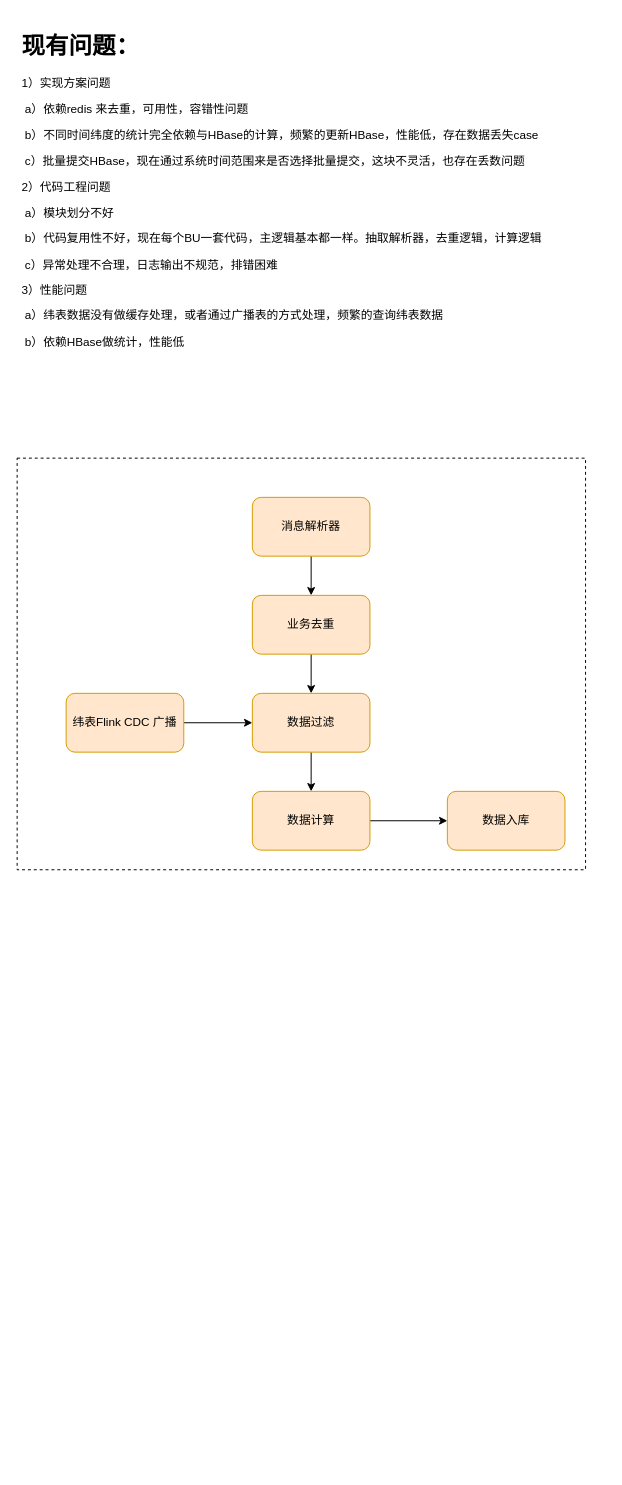
Earlier version of the draw.io diagram techlab/rts/dashboard.drawio (qiufang1314/drawio). Source tidied: cells renumbered, new cells numbered last; positions are measured from the earlier drawing's top-left corner, leaving out a move shared by most shapes. Both pictures are drawn from the tidied source at 98%, with x=0, y=0 at pixel (17, 26).
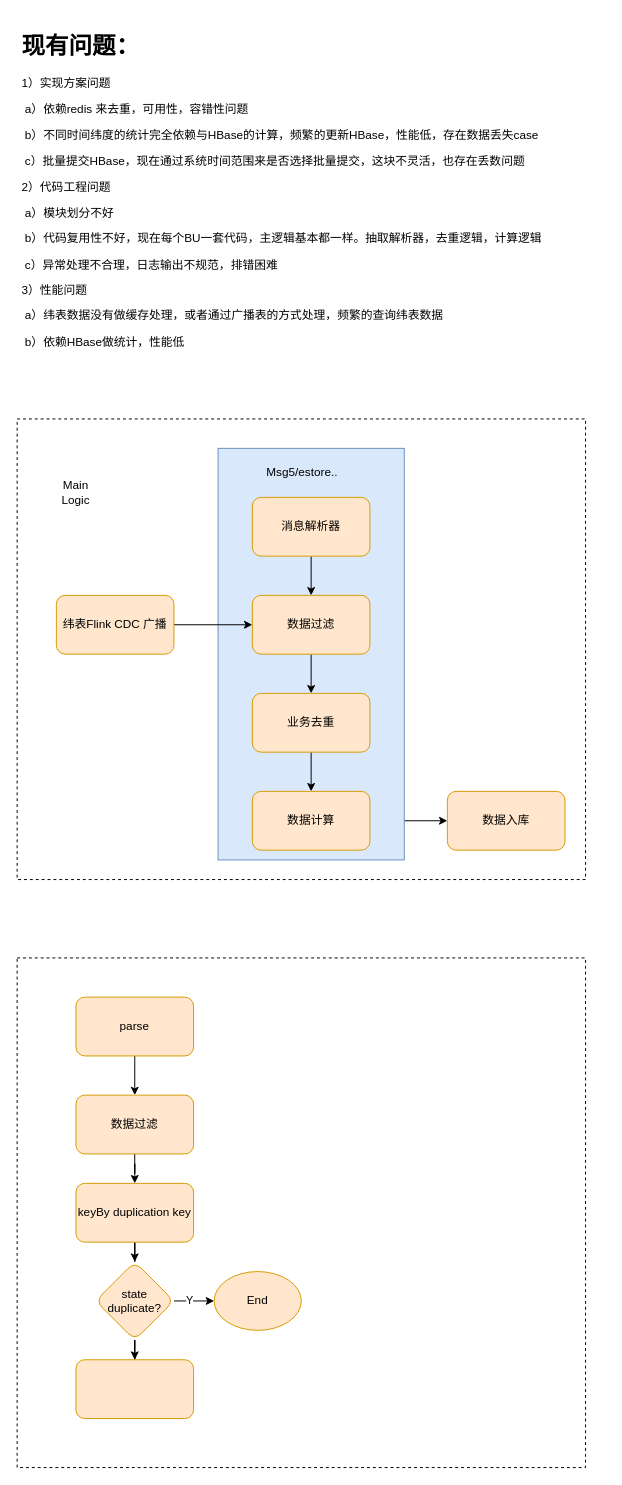
After the change.

Unchanged cells that the change refers to:
```xml
<mxCell id="13" value="数据计算" style="whiteSpace=wrap;html=1;fillColor=#ffe6cc;strokeColor=#d79b00;rounded=1;" parent="1" vertex="1">
  <mxGeometry x="240" y="780" width="120" height="60" as="geometry" />
</mxCell>
```

The edit, as a diff of the source:
```diff
@@
     <mxCell id="2" style="rounded=0;whiteSpace=wrap;html=1;dashed=1;" parent="1" vertex="1">
-      <mxGeometry y="440" width="580" height="420" as="geometry" />
+      <mxGeometry y="400" width="580" height="470" as="geometry" />
     </mxCell>
@@
-    <mxCell id="4" style="edgeStyle=orthogonalEdgeStyle;rounded=0;jettySize=auto;html=1;" parent="1" edge="1" source="5" target="11">
-      <mxGeometry relative="1" as="geometry" />
-    </mxCell>
-    <mxCell id="5" value="纬表Flink CDC 广播" style="rounded=1;whiteSpace=wrap;html=1;fillColor=#ffe6cc;strokeColor=#d79b00;" parent="1" vertex="1">
-      <mxGeometry x="50" y="680" width="120" height="60" as="geometry" />
-    </mxCell>
+    <mxCell id="12" style="edgeStyle=orthogonalEdgeStyle;rounded=0;jettySize=auto;html=1;" parent="1" edge="1" source="13" target="14">
+      <mxGeometry relative="1" as="geometry" />
+    </mxCell>
+    <mxCell id="15" style="rounded=0;whiteSpace=wrap;html=1;fillColor=#dae8fc;strokeColor=#6c8ebf;" parent="1" vertex="1">
+      <mxGeometry x="205" y="430" width="190" height="420" as="geometry" />
+    </mxCell>
+    <mxCell id="14" value="数据入库" style="whiteSpace=wrap;html=1;fillColor=#ffe6cc;strokeColor=#d79b00;rounded=1;" parent="1" vertex="1">
+      <mxGeometry x="439" y="780" width="120" height="60" as="geometry" />
+    </mxCell>
+    <mxCell id="16" value="Main Logic" style="text;html=1;strokeColor=none;fillColor=none;align=center;verticalAlign=middle;whiteSpace=wrap;rounded=0;" parent="1" vertex="1">
+      <mxGeometry x="30" y="460" width="60" height="30" as="geometry" />
+    </mxCell>
@@
-    <mxCell id="9" value="业务去重" style="rounded=1;whiteSpace=wrap;html=1;fillColor=#ffe6cc;strokeColor=#d79b00;" parent="1" vertex="1">
+    <mxCell id="9" value="数据过滤&lt;br&gt;" style="rounded=1;whiteSpace=wrap;html=1;fillColor=#ffe6cc;strokeColor=#d79b00;" parent="1" vertex="1">
       <mxGeometry x="240" y="580" width="120" height="60" as="geometry" />
     </mxCell>
@@
-    <mxCell id="11" value="数据过滤" style="whiteSpace=wrap;html=1;fillColor=#ffe6cc;strokeColor=#d79b00;rounded=1;" parent="1" vertex="1">
+    <mxCell id="11" value="&lt;span&gt;业务去重&lt;/span&gt;" style="whiteSpace=wrap;html=1;fillColor=#ffe6cc;strokeColor=#d79b00;rounded=1;" parent="1" vertex="1">
       <mxGeometry x="240" y="680" width="120" height="60" as="geometry" />
     </mxCell>
-    <mxCell id="12" style="edgeStyle=orthogonalEdgeStyle;rounded=0;jettySize=auto;html=1;" parent="1" edge="1" source="13" target="14">
-      <mxGeometry relative="1" as="geometry" />
-    </mxCell>
@@
-    <mxCell id="14" value="数据入库" style="whiteSpace=wrap;html=1;fillColor=#ffe6cc;strokeColor=#d79b00;rounded=1;" parent="1" vertex="1">
-      <mxGeometry x="439" y="780" width="120" height="60" as="geometry" />
-    </mxCell>
+    <mxCell id="4" style="edgeStyle=orthogonalEdgeStyle;rounded=0;jettySize=auto;html=1;" parent="1" edge="1" source="5">
+      <mxGeometry relative="1" as="geometry">
+        <mxPoint x="240" y="610" as="targetPoint" />
+      </mxGeometry>
+    </mxCell>
+    <mxCell id="5" value="纬表Flink CDC 广播" style="rounded=1;whiteSpace=wrap;html=1;fillColor=#ffe6cc;strokeColor=#d79b00;" parent="1" vertex="1">
+      <mxGeometry x="40" y="580" width="120" height="60" as="geometry" />
+    </mxCell>
+    <mxCell id="17" value="Msg5/estore.." style="text;html=1;strokeColor=none;fillColor=none;align=center;verticalAlign=middle;whiteSpace=wrap;rounded=0;" parent="1" vertex="1">
+      <mxGeometry x="261" y="440" width="60" height="30" as="geometry" />
+    </mxCell>
+    <mxCell id="18" style="rounded=0;whiteSpace=wrap;html=1;dashed=1;" parent="1" vertex="1">
+      <mxGeometry y="950" width="580" height="520" as="geometry" />
+    </mxCell>
+    <mxCell id="19" style="edgeStyle=orthogonalEdgeStyle;rounded=0;jettySize=auto;html=1;" parent="1" edge="1" source="20" target="22">
+      <mxGeometry relative="1" as="geometry" />
+    </mxCell>
+    <mxCell id="20" value="parse" style="rounded=1;whiteSpace=wrap;html=1;fillColor=#ffe6cc;strokeColor=#d79b00;" parent="1" vertex="1">
+      <mxGeometry x="60" y="990" width="120" height="60" as="geometry" />
+    </mxCell>
+    <mxCell id="21" style="edgeStyle=orthogonalEdgeStyle;rounded=0;jettySize=auto;html=1;" parent="1" edge="1" source="22" target="24">
+      <mxGeometry relative="1" as="geometry" />
+    </mxCell>
+    <mxCell id="22" value="数据过滤" style="whiteSpace=wrap;html=1;fillColor=#ffe6cc;strokeColor=#d79b00;rounded=1;" parent="1" vertex="1">
+      <mxGeometry x="60" y="1090" width="120" height="60" as="geometry" />
+    </mxCell>
+    <mxCell id="23" style="edgeStyle=orthogonalEdgeStyle;rounded=0;jettySize=auto;html=1;" parent="1" edge="1" source="24" target="28">
+      <mxGeometry relative="1" as="geometry" />
+    </mxCell>
+    <mxCell id="24" value="keyBy duplication key" style="whiteSpace=wrap;html=1;fillColor=#ffe6cc;strokeColor=#d79b00;rounded=1;" parent="1" vertex="1">
+      <mxGeometry x="60" y="1180" width="120" height="60" as="geometry" />
+    </mxCell>
+    <mxCell id="25" style="edgeStyle=orthogonalEdgeStyle;rounded=0;jettySize=auto;html=1;" parent="1" edge="1" source="28" target="29">
+      <mxGeometry relative="1" as="geometry" />
+    </mxCell>
+    <mxCell id="26" value="Y" style="edgeLabel;html=1;align=center;verticalAlign=middle;" parent="25" vertex="1">
+      <mxGeometry x="-0.27" y="1" relative="1" as="geometry" />
+    </mxCell>
+    <mxCell id="27" style="edgeStyle=orthogonalEdgeStyle;rounded=0;jettySize=auto;html=1;" parent="1" edge="1" source="28" target="30">
+      <mxGeometry relative="1" as="geometry" />
+    </mxCell>
+    <mxCell id="28" value="state&lt;br&gt;duplicate?" style="rhombus;whiteSpace=wrap;html=1;fillColor=#ffe6cc;strokeColor=#d79b00;rounded=1;" parent="1" vertex="1">
+      <mxGeometry x="80" y="1260" width="80" height="80" as="geometry" />
+    </mxCell>
+    <mxCell id="29" value="End" style="ellipse;whiteSpace=wrap;html=1;fillColor=#ffe6cc;strokeColor=#d79b00;rounded=1;" parent="1" vertex="1">
+      <mxGeometry x="201" y="1270" width="89" height="60" as="geometry" />
+    </mxCell>
+    <mxCell id="30" style="whiteSpace=wrap;html=1;fillColor=#ffe6cc;strokeColor=#d79b00;rounded=1;" parent="1" vertex="1">
+      <mxGeometry x="60" y="1360" width="120" height="60" as="geometry" />
+    </mxCell>
```
